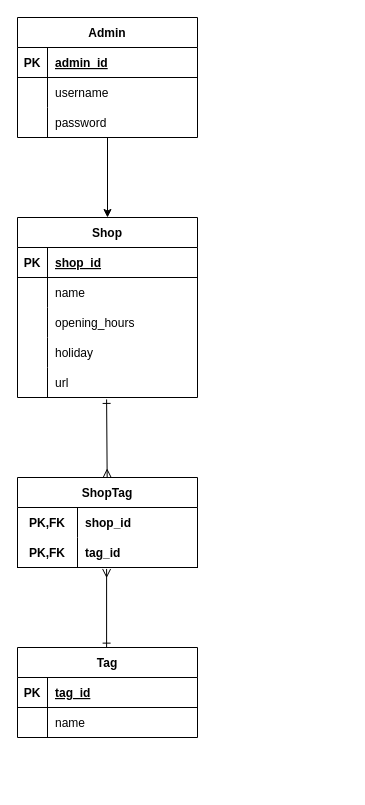
The draw.io diagram ER_zu.dio in harumakimaki48/portfolio, before the edit. Source tidied: cells renumbered, new cells numbered last; positions are measured from the earlier drawing's top-left corner, leaving out a move shared by most shapes. Both pictures are drawn from the tidied source at 100%, with x=0, y=0 at pixel (17, 17).
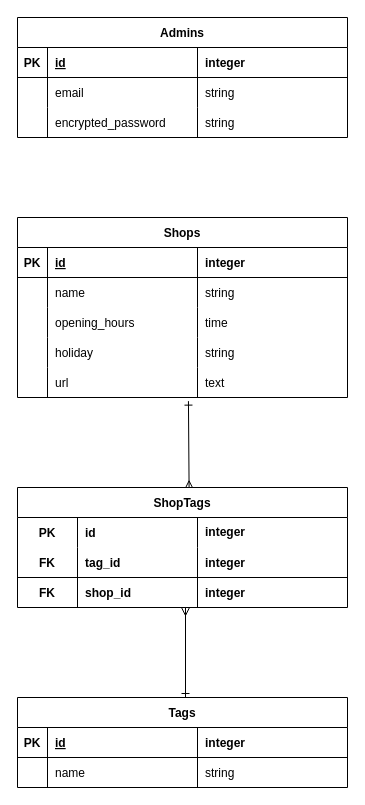
Above is the later version.

The edit, as a diff of the source:
```diff
@@
-    <mxCell id="2" style="edgeStyle=none;html=1;entryX=0.5;entryY=0;entryDx=0;entryDy=0;entryPerimeter=0;startArrow=none;startFill=0;endArrow=classic;endFill=1;" parent="1" edge="1" source="3" target="13">
-      <mxGeometry relative="1" as="geometry" />
-    </mxCell>
-    <mxCell id="3" value="Admin" style="shape=table;startSize=30;childLayout=tableLayout;rowLines=0;fontStyle=1;align=center;" parent="1" vertex="1">
-      <mxGeometry width="180" height="120" as="geometry" />
+    <mxCell id="3" value="Admins" style="shape=table;startSize=30;childLayout=tableLayout;rowLines=0;fontStyle=1;align=center;" parent="1" vertex="1">
+      <mxGeometry width="330" height="120" as="geometry" />
     </mxCell>
     <mxCell id="4" style="shape=tableRow;horizontal=0;startSize=0;swimlaneHead=0;swimlaneBody=0;fillColor=none;top=0;left=0;right=0;bottom=1;" parent="3" vertex="1">
-      <mxGeometry y="30" width="180" height="30" as="geometry" />
+      <mxGeometry y="30" width="330" height="30" as="geometry" />
     </mxCell>
@@
-    <mxCell id="6" value="admin_id" style="shape=partialRectangle;fillColor=none;top=0;left=0;bottom=0;right=0;align=left;spacingLeft=6;fontStyle=5;overflow=hidden;" parent="4" vertex="1">
+    <mxCell id="6" value="id" style="shape=partialRectangle;fillColor=none;top=0;left=0;bottom=0;right=0;align=left;spacingLeft=6;fontStyle=5;overflow=hidden;" parent="4" vertex="1">
       <mxGeometry x="30" width="150" height="30" as="geometry" />
     </mxCell>
+    <mxCell id="45" value="integer" style="shape=partialRectangle;fillColor=none;top=0;left=0;bottom=0;right=0;align=left;spacingLeft=6;fontStyle=1;overflow=hidden;" parent="4" vertex="1">
+      <mxGeometry x="180" width="150" height="30" as="geometry" />
+    </mxCell>
     <mxCell id="7" style="shape=tableRow;horizontal=0;startSize=0;swimlaneHead=0;swimlaneBody=0;fillColor=none;top=0;left=0;right=0;bottom=0;" parent="3" vertex="1">
-      <mxGeometry y="60" width="180" height="30" as="geometry" />
+      <mxGeometry y="60" width="330" height="30" as="geometry" />
     </mxCell>
@@
-    <mxCell id="9" value="username" style="shape=partialRectangle;fillColor=none;top=0;left=0;bottom=0;right=0;align=left;spacingLeft=6;overflow=hidden;" parent="7" vertex="1">
+    <mxCell id="9" value="email" style="shape=partialRectangle;fillColor=none;top=0;left=0;bottom=0;right=0;align=left;spacingLeft=6;overflow=hidden;" parent="7" vertex="1">
       <mxGeometry x="30" width="150" height="30" as="geometry" />
     </mxCell>
+    <mxCell id="46" value="string" style="shape=partialRectangle;fillColor=none;top=0;left=0;bottom=0;right=0;align=left;spacingLeft=6;overflow=hidden;" parent="7" vertex="1">
+      <mxGeometry x="180" width="150" height="30" as="geometry" />
+    </mxCell>
     <mxCell id="10" style="shape=tableRow;horizontal=0;startSize=0;swimlaneHead=0;swimlaneBody=0;fillColor=none;top=0;left=0;right=0;bottom=0;" parent="3" vertex="1">
-      <mxGeometry y="90" width="180" height="30" as="geometry" />
+      <mxGeometry y="90" width="330" height="30" as="geometry" />
     </mxCell>
@@
-    <mxCell id="12" value="password" style="shape=partialRectangle;fillColor=none;top=0;left=0;bottom=0;right=0;align=left;spacingLeft=6;overflow=hidden;" parent="10" vertex="1">
+    <mxCell id="12" value="encrypted_password" style="shape=partialRectangle;fillColor=none;top=0;left=0;bottom=0;right=0;align=left;spacingLeft=6;overflow=hidden;" parent="10" vertex="1">
       <mxGeometry x="30" width="150" height="30" as="geometry" />
     </mxCell>
+    <mxCell id="47" value="string" style="shape=partialRectangle;fillColor=none;top=0;left=0;bottom=0;right=0;align=left;spacingLeft=6;overflow=hidden;" parent="10" vertex="1">
+      <mxGeometry x="180" width="150" height="30" as="geometry" />
+    </mxCell>
-    <mxCell id="13" value="Shop" style="shape=table;startSize=30;childLayout=tableLayout;rowLines=0;fontStyle=1;align=center;" parent="1" vertex="1">
-      <mxGeometry y="200" width="180" height="180" as="geometry" />
+    <mxCell id="13" value="Shops" style="shape=table;startSize=30;childLayout=tableLayout;rowLines=0;fontStyle=1;align=center;" parent="1" vertex="1">
+      <mxGeometry y="200" width="330" height="180" as="geometry" />
     </mxCell>
     <mxCell id="14" style="shape=tableRow;horizontal=0;startSize=0;swimlaneHead=0;swimlaneBody=0;fillColor=none;top=0;left=0;right=0;bottom=1;" parent="13" vertex="1">
-      <mxGeometry y="30" width="180" height="30" as="geometry" />
+      <mxGeometry y="30" width="330" height="30" as="geometry" />
     </mxCell>
@@
-    <mxCell id="16" value="shop_id" style="shape=partialRectangle;fillColor=none;top=0;left=0;bottom=0;right=0;align=left;spacingLeft=6;fontStyle=5;overflow=hidden;" parent="14" vertex="1">
+    <mxCell id="16" value="id" style="shape=partialRectangle;fillColor=none;top=0;left=0;bottom=0;right=0;align=left;spacingLeft=6;fontStyle=5;overflow=hidden;" parent="14" vertex="1">
       <mxGeometry x="30" width="150" height="30" as="geometry" />
     </mxCell>
+    <mxCell id="48" value="integer" style="shape=partialRectangle;fillColor=none;top=0;left=0;bottom=0;right=0;align=left;spacingLeft=6;fontStyle=1;overflow=hidden;" parent="14" vertex="1">
+      <mxGeometry x="180" width="150" height="30" as="geometry" />
+    </mxCell>
     <mxCell id="17" style="shape=tableRow;horizontal=0;startSize=0;swimlaneHead=0;swimlaneBody=0;fillColor=none;top=0;left=0;right=0;bottom=0;" parent="13" vertex="1">
-      <mxGeometry y="60" width="180" height="30" as="geometry" />
+      <mxGeometry y="60" width="330" height="30" as="geometry" />
     </mxCell>
@@
+    <mxCell id="49" value="string" style="shape=partialRectangle;fillColor=none;top=0;left=0;bottom=0;right=0;align=left;spacingLeft=6;overflow=hidden;" parent="17" vertex="1">
+      <mxGeometry x="180" width="150" height="30" as="geometry" />
+    </mxCell>
     <mxCell id="20" style="shape=tableRow;horizontal=0;startSize=0;swimlaneHead=0;swimlaneBody=0;fillColor=none;top=0;left=0;right=0;bottom=0;" parent="13" vertex="1">
-      <mxGeometry y="90" width="180" height="30" as="geometry" />
+      <mxGeometry y="90" width="330" height="30" as="geometry" />
     </mxCell>
@@
+    <mxCell id="50" value="time" style="shape=partialRectangle;fillColor=none;top=0;left=0;bottom=0;right=0;align=left;spacingLeft=6;overflow=hidden;" parent="20" vertex="1">
+      <mxGeometry x="180" width="150" height="30" as="geometry" />
+    </mxCell>
     <mxCell id="23" style="shape=tableRow;horizontal=0;startSize=0;swimlaneHead=0;swimlaneBody=0;fillColor=none;top=0;left=0;right=0;bottom=0;" parent="13" vertex="1">
-      <mxGeometry y="120" width="180" height="30" as="geometry" />
+      <mxGeometry y="120" width="330" height="30" as="geometry" />
     </mxCell>
@@
+    <mxCell id="51" value="string" style="shape=partialRectangle;fillColor=none;top=0;left=0;bottom=0;right=0;align=left;spacingLeft=6;overflow=hidden;" parent="23" vertex="1">
+      <mxGeometry x="180" width="150" height="30" as="geometry" />
+    </mxCell>
     <mxCell id="26" style="shape=tableRow;horizontal=0;startSize=0;swimlaneHead=0;swimlaneBody=0;fillColor=none;points=[[0,0.5],[1,0.5]];portConstraint=eastwest;top=0;left=0;right=0;bottom=0;" parent="13" vertex="1">
-      <mxGeometry y="150" width="180" height="30" as="geometry" />
+      <mxGeometry y="150" width="330" height="30" as="geometry" />
     </mxCell>
@@
+    <mxCell id="52" value="text" style="shape=partialRectangle;fillColor=none;top=0;left=0;bottom=0;right=0;align=left;spacingLeft=6;overflow=hidden;" parent="26" vertex="1">
+      <mxGeometry x="180" width="150" height="30" as="geometry" />
+    </mxCell>
-    <mxCell id="29" style="edgeStyle=none;html=1;entryX=0.495;entryY=-0.004;entryDx=0;entryDy=0;entryPerimeter=0;startArrow=ERmany;startFill=0;endArrow=ERone;endFill=0;exitX=0.495;exitY=1.048;exitDx=0;exitDy=0;exitPerimeter=0;" parent="1" edge="1" source="35" target="38">
-      <mxGeometry relative="1" as="geometry" />
+    <mxCell id="29" style="edgeStyle=none;html=1;startArrow=ERmany;startFill=0;endArrow=ERone;endFill=0;" parent="1" edge="1">
+      <mxGeometry relative="1" as="geometry">
+        <mxPoint x="168" y="590" as="sourcePoint" />
+        <mxPoint x="168" y="680" as="targetPoint" />
+      </mxGeometry>
     </mxCell>
-    <mxCell id="30" style="edgeStyle=none;html=1;startArrow=ERmany;startFill=0;endArrow=ERone;endFill=0;entryX=0.495;entryY=1.064;entryDx=0;entryDy=0;entryPerimeter=0;" parent="1" edge="1" source="31" target="26">
+    <mxCell id="30" style="edgeStyle=none;html=1;startArrow=ERmany;startFill=0;endArrow=ERone;endFill=0;entryX=0.518;entryY=1.121;entryDx=0;entryDy=0;entryPerimeter=0;exitX=0.52;exitY=0.011;exitDx=0;exitDy=0;exitPerimeter=0;" parent="1" edge="1" source="31" target="26">
       <mxGeometry relative="1" as="geometry" />
     </mxCell>
-    <mxCell id="31" value="ShopTag" style="shape=table;startSize=30;childLayout=tableLayout;rowLines=0;fontStyle=1;align=center;" parent="1" vertex="1">
-      <mxGeometry y="460" width="180" height="90" as="geometry" />
+    <mxCell id="31" value="ShopTags" style="shape=table;startSize=30;childLayout=tableLayout;rowLines=0;fontStyle=1;align=center;" parent="1" vertex="1">
+      <mxGeometry y="470" width="330" height="120" as="geometry" />
     </mxCell>
-    <mxCell id="32" style="shape=tableRow;horizontal=0;startSize=0;swimlaneHead=0;swimlaneBody=0;fillColor=none;top=0;left=0;right=0;bottom=0;" parent="31" vertex="1">
-      <mxGeometry y="30" width="180" height="30" as="geometry" />
+    <mxCell id="32" style="shape=tableRow;horizontal=0;startSize=0;swimlaneHead=0;swimlaneBody=0;fillColor=none;top=0;left=0;right=0;bottom=0;labelBorderColor=default;" parent="31" vertex="1">
+      <mxGeometry y="30" width="330" height="30" as="geometry" />
     </mxCell>
-    <mxCell id="33" value="PK,FK" style="shape=partialRectangle;fillColor=none;top=0;left=0;bottom=0;right=0;fontStyle=1;overflow=hidden;" parent="32" vertex="1">
+    <mxCell id="33" value="PK" style="shape=partialRectangle;fillColor=none;top=0;left=0;bottom=0;right=0;fontStyle=1;overflow=hidden;" parent="32" vertex="1">
       <mxGeometry width="60" height="30" as="geometry" />
     </mxCell>
-    <mxCell id="34" value="shop_id" style="shape=partialRectangle;fillColor=none;top=0;left=0;bottom=0;right=0;align=left;spacingLeft=6;fontStyle=1;overflow=hidden;" parent="32" vertex="1">
+    <mxCell id="34" value="id" style="shape=partialRectangle;fillColor=none;top=0;left=0;bottom=0;right=0;align=left;spacingLeft=6;fontStyle=1;overflow=hidden;" parent="32" vertex="1">
       <mxGeometry x="60" width="120" height="30" as="geometry" />
     </mxCell>
+    <mxCell id="53" value="integer" style="shape=partialRectangle;fillColor=none;top=0;left=0;bottom=0;right=0;align=left;spacingLeft=6;fontStyle=1;overflow=hidden;whiteSpace=wrap;" parent="32" vertex="1">
+      <mxGeometry x="180" width="150" height="30" as="geometry" />
+    </mxCell>
     <mxCell id="35" style="shape=tableRow;horizontal=0;startSize=0;swimlaneHead=0;swimlaneBody=0;fillColor=none;points=[[0,0.5],[1,0.5]];portConstraint=eastwest;top=0;left=0;right=0;bottom=1;" parent="31" vertex="1">
-      <mxGeometry y="60" width="180" height="30" as="geometry" />
+      <mxGeometry y="60" width="330" height="30" as="geometry" />
     </mxCell>
-    <mxCell id="36" value="PK,FK" style="shape=partialRectangle;fillColor=none;top=0;left=0;bottom=0;right=0;fontStyle=1;overflow=hidden;" parent="35" vertex="1">
+    <mxCell id="36" value="FK" style="shape=partialRectangle;fillColor=none;top=0;left=0;bottom=0;right=0;fontStyle=1;overflow=hidden;" parent="35" vertex="1">
       <mxGeometry width="60" height="30" as="geometry" />
     </mxCell>
@@
+    <mxCell id="54" value="integer" style="shape=partialRectangle;fillColor=none;top=0;left=0;bottom=0;right=0;align=left;spacingLeft=6;fontStyle=1;overflow=hidden;" parent="35" vertex="1">
+      <mxGeometry x="180" width="150" height="30" as="geometry" />
+    </mxCell>
+    <mxCell id="55" style="shape=tableRow;horizontal=0;startSize=0;swimlaneHead=0;swimlaneBody=0;fillColor=none;top=0;left=0;right=0;bottom=1;strokeColor=none;shadow=0;" parent="31" vertex="1">
+      <mxGeometry y="90" width="330" height="30" as="geometry" />
+    </mxCell>
+    <mxCell id="56" value="FK" style="shape=partialRectangle;fillColor=none;top=0;left=0;bottom=0;right=0;fontStyle=1;overflow=hidden;" parent="55" vertex="1">
+      <mxGeometry width="60" height="30" as="geometry" />
+    </mxCell>
+    <mxCell id="57" value="shop_id" style="shape=partialRectangle;fillColor=none;top=0;left=0;bottom=0;right=0;align=left;spacingLeft=6;fontStyle=1;overflow=hidden;" parent="55" vertex="1">
+      <mxGeometry x="60" width="120" height="30" as="geometry" />
+    </mxCell>
+    <mxCell id="58" value="integer" style="shape=partialRectangle;fillColor=none;top=0;left=0;bottom=0;right=0;align=left;spacingLeft=6;fontStyle=1;overflow=hidden;strokeColor=none;" parent="55" vertex="1">
+      <mxGeometry x="180" width="150" height="30" as="geometry" />
+    </mxCell>
-    <mxCell id="38" value="Tag" style="shape=table;startSize=30;childLayout=tableLayout;rowLines=0;fontStyle=1;align=center;labelBorderColor=none;" parent="1" vertex="1">
-      <mxGeometry y="630" width="180" height="90" as="geometry" />
+    <mxCell id="38" value="Tags" style="shape=table;startSize=30;childLayout=tableLayout;rowLines=0;fontStyle=1;align=center;labelBorderColor=none;" parent="1" vertex="1">
+      <mxGeometry y="680" width="330" height="90" as="geometry" />
     </mxCell>
     <mxCell id="39" style="shape=tableRow;horizontal=0;startSize=0;swimlaneHead=0;swimlaneBody=0;fillColor=none;top=0;left=0;right=0;bottom=1;" parent="38" vertex="1">
-      <mxGeometry y="30" width="180" height="30" as="geometry" />
+      <mxGeometry y="30" width="330" height="30" as="geometry" />
     </mxCell>
@@
-    <mxCell id="41" value="tag_id" style="shape=partialRectangle;fillColor=none;top=0;left=0;bottom=0;right=0;align=left;spacingLeft=6;fontStyle=5;overflow=hidden;" parent="39" vertex="1">
+    <mxCell id="41" value="id" style="shape=partialRectangle;fillColor=none;top=0;left=0;bottom=0;right=0;align=left;spacingLeft=6;fontStyle=5;overflow=hidden;" parent="39" vertex="1">
       <mxGeometry x="30" width="150" height="30" as="geometry" />
     </mxCell>
+    <mxCell id="59" value="integer" style="shape=partialRectangle;fillColor=none;top=0;left=0;bottom=0;right=0;align=left;spacingLeft=6;fontStyle=1;overflow=hidden;" parent="39" vertex="1">
+      <mxGeometry x="180" width="150" height="30" as="geometry" />
+    </mxCell>
     <mxCell id="42" style="shape=tableRow;horizontal=0;startSize=0;swimlaneHead=0;swimlaneBody=0;fillColor=none;top=0;left=0;right=0;bottom=0;" parent="38" vertex="1">
-      <mxGeometry y="60" width="180" height="30" as="geometry" />
+      <mxGeometry y="60" width="330" height="30" as="geometry" />
     </mxCell>
@@
+    <mxCell id="60" value="string" style="shape=partialRectangle;fillColor=none;top=0;left=0;bottom=0;right=0;align=left;spacingLeft=6;overflow=hidden;" parent="42" vertex="1">
+      <mxGeometry x="180" width="150" height="30" as="geometry" />
+    </mxCell>
```
